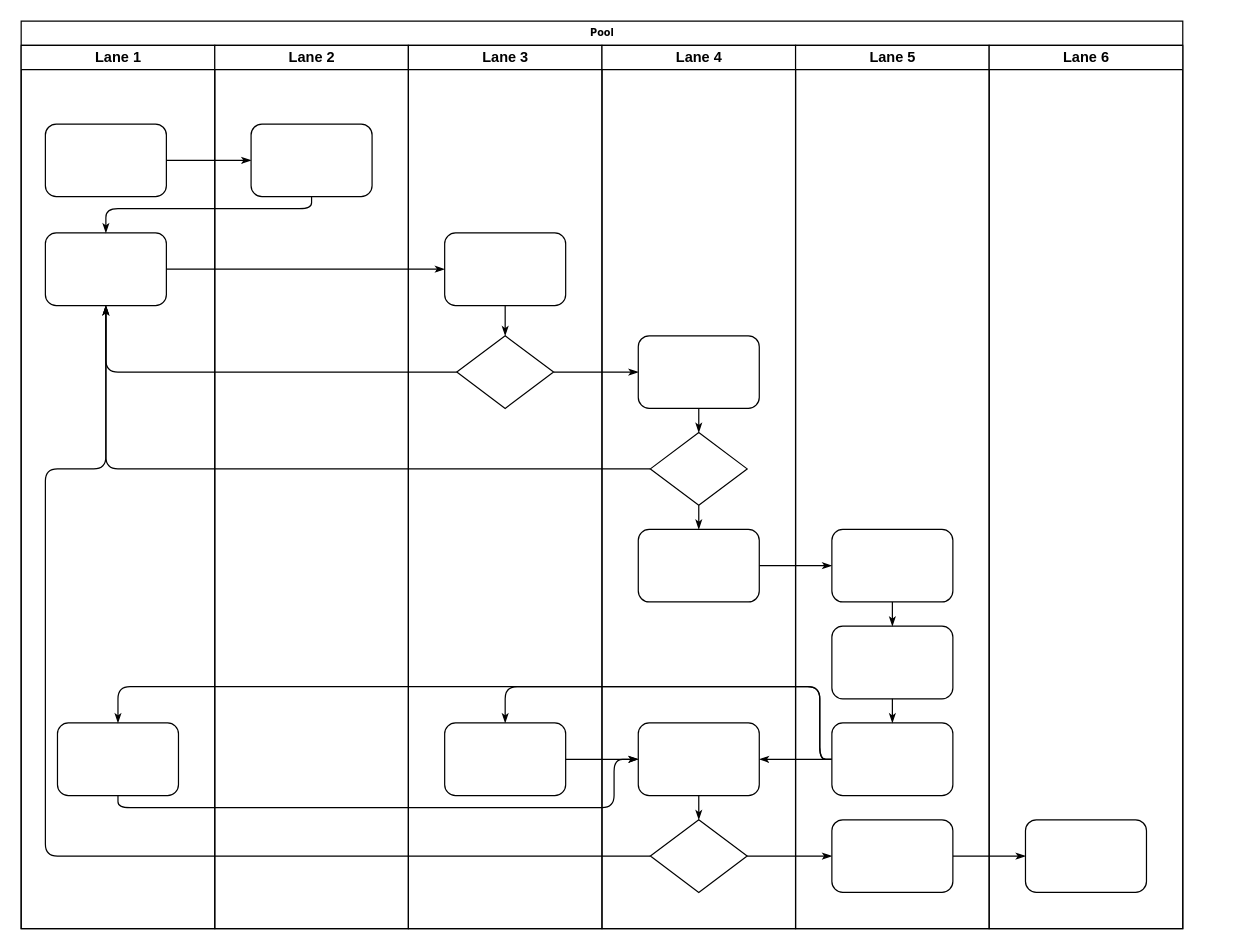
Above: VOC_Flowdiagram.drawio in krishanathep/my-flowchart (draw.io), before the change. Source tidied: cells renumbered, new cells numbered last; positions are measured from the earlier drawing's top-left corner, leaving out a move shared by most shapes. Both pictures are drawn from the tidied source at 121%, with x=0, y=0 at pixel (21, 21).
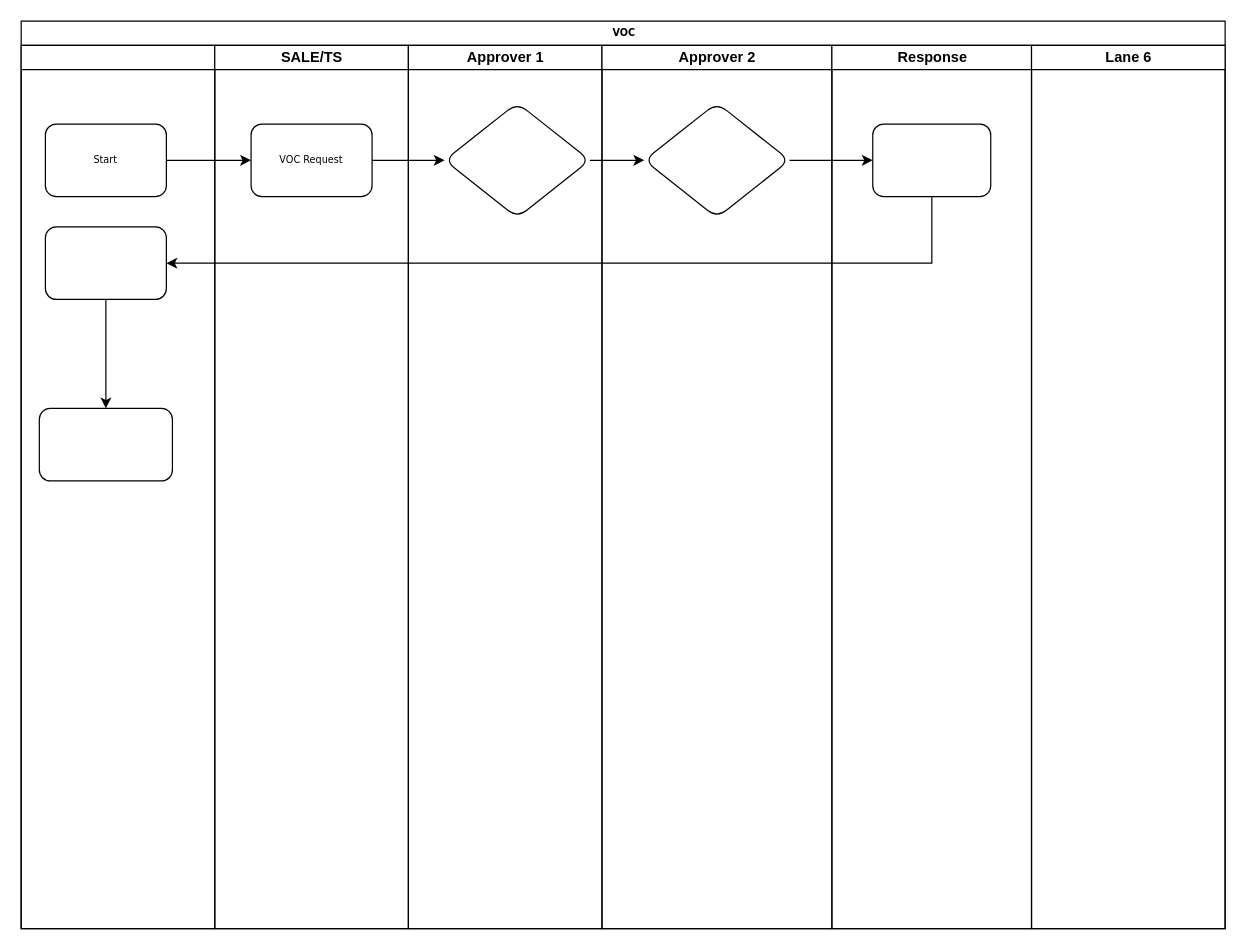
The same diagram, later.

Diff of the diagram source:
```diff
@@
-    <mxCell id="2" value="Pool" style="swimlane;html=1;startSize=20;rounded=0;shadow=0;labelBackgroundColor=none;strokeWidth=1;fontFamily=Verdana;fontSize=8;align=center;" parent="1" vertex="1">
-      <mxGeometry width="960" height="750" as="geometry" />
+    <mxCell id="2" value="VOC" style="swimlane;html=1;startSize=20;rounded=0;shadow=0;labelBackgroundColor=none;strokeWidth=1;fontFamily=Verdana;fontSize=8;align=center;" parent="1" vertex="1">
+      <mxGeometry width="995" height="750" as="geometry" />
     </mxCell>
-    <mxCell id="3" value="Lane 1" style="swimlane;html=1;startSize=20;" parent="2" vertex="1">
+    <mxCell id="3" style="swimlane;html=1;startSize=20;" parent="2" vertex="1">
       <mxGeometry y="20" width="160" height="730" as="geometry" />
     </mxCell>
-    <mxCell id="4" style="rounded=1;whiteSpace=wrap;html=1;shadow=0;labelBackgroundColor=none;strokeWidth=1;fontFamily=Verdana;fontSize=8;align=center;" parent="3" vertex="1">
+    <mxCell id="4" value="Start" style="rounded=1;whiteSpace=wrap;html=1;shadow=0;labelBackgroundColor=none;strokeWidth=1;fontFamily=Verdana;fontSize=8;align=center;" parent="3" vertex="1">
       <mxGeometry x="20" y="65" width="100" height="60" as="geometry" />
     </mxCell>
-    <mxCell id="5" style="rounded=1;whiteSpace=wrap;html=1;shadow=0;labelBackgroundColor=none;strokeWidth=1;fontFamily=Verdana;fontSize=8;align=center;" parent="3" vertex="1">
-      <mxGeometry x="20" y="155" width="100" height="60" as="geometry" />
-    </mxCell>
-    <mxCell id="6" style="rounded=1;whiteSpace=wrap;html=1;shadow=0;labelBackgroundColor=none;strokeWidth=1;fontFamily=Verdana;fontSize=8;align=center;" parent="3" vertex="1">
-      <mxGeometry x="30" y="560" width="100" height="60" as="geometry" />
-    </mxCell>
-    <mxCell id="7" style="edgeStyle=orthogonalEdgeStyle;rounded=1;html=1;labelBackgroundColor=none;startArrow=none;startFill=0;startSize=5;endArrow=classicThin;endFill=1;endSize=5;jettySize=auto;strokeWidth=1;fontFamily=Verdana;fontSize=8;" parent="2" edge="1" source="4" target="23">
-      <mxGeometry relative="1" as="geometry" />
-    </mxCell>
-    <mxCell id="8" style="edgeStyle=orthogonalEdgeStyle;rounded=1;html=1;labelBackgroundColor=none;startArrow=none;startFill=0;startSize=5;endArrow=classicThin;endFill=1;endSize=5;jettySize=auto;strokeWidth=1;fontFamily=Verdana;fontSize=8;" parent="2" edge="1" source="23" target="5">
-      <mxGeometry relative="1" as="geometry">
-        <Array as="points">
-          <mxPoint x="240" y="155" />
-          <mxPoint x="70" y="155" />
-        </Array>
-      </mxGeometry>
-    </mxCell>
-    <mxCell id="9" style="edgeStyle=orthogonalEdgeStyle;rounded=1;html=1;labelBackgroundColor=none;startArrow=none;startFill=0;startSize=5;endArrow=classicThin;endFill=1;endSize=5;jettySize=auto;strokeWidth=1;fontFamily=Verdana;fontSize=8;" parent="2" edge="1" source="5" target="25">
-      <mxGeometry relative="1" as="geometry" />
-    </mxCell>
-    <mxCell id="10" style="edgeStyle=orthogonalEdgeStyle;rounded=1;html=1;labelBackgroundColor=none;startArrow=none;startFill=0;startSize=5;endArrow=classicThin;endFill=1;endSize=5;jettySize=auto;strokeWidth=1;fontFamily=Verdana;fontSize=8;" parent="2" edge="1" source="26" target="5">
-      <mxGeometry relative="1" as="geometry" />
-    </mxCell>
-    <mxCell id="11" style="edgeStyle=orthogonalEdgeStyle;rounded=1;html=1;labelBackgroundColor=none;startArrow=none;startFill=0;startSize=5;endArrow=classicThin;endFill=1;endSize=5;jettySize=auto;strokeWidth=1;fontFamily=Verdana;fontSize=8;" parent="2" edge="1" source="31" target="5">
-      <mxGeometry relative="1" as="geometry" />
-    </mxCell>
-    <mxCell id="12" style="edgeStyle=orthogonalEdgeStyle;rounded=1;html=1;labelBackgroundColor=none;startArrow=none;startFill=0;startSize=5;endArrow=classicThin;endFill=1;endSize=5;jettySize=auto;strokeWidth=1;fontFamily=Verdana;fontSize=8;" parent="2" edge="1" source="34" target="5">
-      <mxGeometry relative="1" as="geometry">
-        <Array as="points">
-          <mxPoint x="20" y="690" />
-          <mxPoint x="20" y="370" />
-          <mxPoint x="70" y="370" />
-        </Array>
-      </mxGeometry>
-    </mxCell>
-    <mxCell id="13" style="edgeStyle=orthogonalEdgeStyle;rounded=1;html=1;labelBackgroundColor=none;startArrow=none;startFill=0;startSize=5;endArrow=classicThin;endFill=1;endSize=5;jettySize=auto;strokeWidth=1;fontFamily=Verdana;fontSize=8;" parent="2" edge="1" source="26" target="30">
-      <mxGeometry relative="1" as="geometry" />
-    </mxCell>
-    <mxCell id="14" style="edgeStyle=orthogonalEdgeStyle;rounded=1;html=1;labelBackgroundColor=none;startArrow=none;startFill=0;startSize=5;endArrow=classicThin;endFill=1;endSize=5;jettySize=auto;strokeWidth=1;fontFamily=Verdana;fontSize=8;" parent="2" edge="1" source="34" target="42">
-      <mxGeometry relative="1" as="geometry" />
-    </mxCell>
-    <mxCell id="15" style="edgeStyle=orthogonalEdgeStyle;rounded=1;html=1;labelBackgroundColor=none;startArrow=none;startFill=0;startSize=5;endArrow=classicThin;endFill=1;endSize=5;jettySize=auto;strokeWidth=1;fontFamily=Verdana;fontSize=8;" parent="2" edge="1" source="42" target="46">
-      <mxGeometry relative="1" as="geometry" />
-    </mxCell>
-    <mxCell id="16" style="edgeStyle=orthogonalEdgeStyle;rounded=1;html=1;labelBackgroundColor=none;startArrow=none;startFill=0;startSize=5;endArrow=classicThin;endFill=1;endSize=5;jettySize=auto;strokeWidth=1;fontFamily=Verdana;fontSize=8;" parent="2" edge="1" source="32" target="39">
-      <mxGeometry relative="1" as="geometry" />
-    </mxCell>
-    <mxCell id="17" style="edgeStyle=orthogonalEdgeStyle;rounded=1;html=1;labelBackgroundColor=none;startArrow=none;startFill=0;startSize=5;endArrow=classicThin;endFill=1;endSize=5;jettySize=auto;strokeWidth=1;fontFamily=Verdana;fontSize=8;" parent="2" edge="1" source="41" target="27">
-      <mxGeometry relative="1" as="geometry">
-        <Array as="points">
-          <mxPoint x="660" y="610" />
-          <mxPoint x="660" y="550" />
-          <mxPoint x="400" y="550" />
-        </Array>
-      </mxGeometry>
-    </mxCell>
-    <mxCell id="18" style="edgeStyle=orthogonalEdgeStyle;rounded=1;html=1;labelBackgroundColor=none;startArrow=none;startFill=0;startSize=5;endArrow=classicThin;endFill=1;endSize=5;jettySize=auto;strokeColor=#000000;strokeWidth=1;fontFamily=Verdana;fontSize=8;fontColor=#000000;" parent="2" edge="1" source="41" target="33">
-      <mxGeometry relative="1" as="geometry" />
-    </mxCell>
-    <mxCell id="19" style="edgeStyle=orthogonalEdgeStyle;rounded=1;html=1;labelBackgroundColor=none;startArrow=none;startFill=0;startSize=5;endArrow=classicThin;endFill=1;endSize=5;jettySize=auto;strokeWidth=1;fontFamily=Verdana;fontSize=8;" parent="2" edge="1" source="41" target="6">
-      <mxGeometry relative="1" as="geometry">
-        <Array as="points">
-          <mxPoint x="660" y="610" />
-          <mxPoint x="660" y="550" />
-          <mxPoint x="80" y="550" />
-        </Array>
-      </mxGeometry>
-    </mxCell>
-    <mxCell id="20" style="edgeStyle=orthogonalEdgeStyle;rounded=1;html=1;labelBackgroundColor=none;startArrow=none;startFill=0;startSize=5;endArrow=classicThin;endFill=1;endSize=5;jettySize=auto;strokeWidth=1;fontFamily=Verdana;fontSize=8;" parent="2" edge="1" source="6" target="33">
-      <mxGeometry relative="1" as="geometry">
-        <Array as="points">
-          <mxPoint x="80" y="650" />
-          <mxPoint x="490" y="650" />
-          <mxPoint x="490" y="610" />
-        </Array>
-      </mxGeometry>
-    </mxCell>
-    <mxCell id="21" style="edgeStyle=orthogonalEdgeStyle;rounded=1;html=1;labelBackgroundColor=none;startArrow=none;startFill=0;startSize=5;endArrow=classicThin;endFill=1;endSize=5;jettySize=auto;strokeWidth=1;fontFamily=Verdana;fontSize=8;" parent="2" edge="1" source="27" target="33">
-      <mxGeometry relative="1" as="geometry" />
-    </mxCell>
+    <mxCell id="47" style="edgeStyle=orthogonalEdgeStyle;rounded=0;jettySize=auto;html=1;" parent="3" edge="1" source="48" target="49">
+      <mxGeometry relative="1" as="geometry" />
+    </mxCell>
+    <mxCell id="48" style="whiteSpace=wrap;html=1;fontSize=8;fontFamily=Verdana;rounded=1;shadow=0;labelBackgroundColor=none;strokeWidth=1;" parent="3" vertex="1">
+      <mxGeometry x="20" y="150" width="100" height="60" as="geometry" />
+    </mxCell>
+    <mxCell id="49" style="whiteSpace=wrap;html=1;fontSize=8;fontFamily=Verdana;rounded=1;shadow=0;labelBackgroundColor=none;strokeWidth=1;" parent="3" vertex="1">
+      <mxGeometry x="15" y="300" width="110" height="60" as="geometry" />
+    </mxCell>
-    <mxCell id="22" value="Lane 2" style="swimlane;html=1;startSize=20;" parent="2" vertex="1">
+    <mxCell id="22" value="SALE/TS" style="swimlane;html=1;startSize=20;" parent="2" vertex="1">
       <mxGeometry x="160" y="20" width="160" height="730" as="geometry" />
     </mxCell>
-    <mxCell id="23" style="rounded=1;whiteSpace=wrap;html=1;shadow=0;labelBackgroundColor=none;strokeWidth=1;fontFamily=Verdana;fontSize=8;align=center;" parent="22" vertex="1">
+    <mxCell id="23" value="VOC Request" style="rounded=1;whiteSpace=wrap;html=1;shadow=0;labelBackgroundColor=none;strokeWidth=1;fontFamily=Verdana;fontSize=8;align=center;" parent="22" vertex="1">
       <mxGeometry x="30" y="65" width="100" height="60" as="geometry" />
     </mxCell>
-    <mxCell id="24" value="Lane 3" style="swimlane;html=1;startSize=20;" parent="2" vertex="1">
+    <mxCell id="24" value="Approver 1" style="swimlane;html=1;startSize=20;" parent="2" vertex="1">
       <mxGeometry x="320" y="20" width="160" height="730" as="geometry" />
     </mxCell>
-    <mxCell id="25" style="rounded=1;whiteSpace=wrap;html=1;shadow=0;labelBackgroundColor=none;strokeWidth=1;fontFamily=Verdana;fontSize=8;align=center;" parent="24" vertex="1">
-      <mxGeometry x="30" y="155" width="100" height="60" as="geometry" />
-    </mxCell>
-    <mxCell id="26" style="rhombus;whiteSpace=wrap;html=1;rounded=0;shadow=0;labelBackgroundColor=none;strokeWidth=1;fontFamily=Verdana;fontSize=8;align=center;" parent="24" vertex="1">
-      <mxGeometry x="40" y="240" width="80" height="60" as="geometry" />
-    </mxCell>
-    <mxCell id="27" style="rounded=1;whiteSpace=wrap;html=1;shadow=0;labelBackgroundColor=none;strokeWidth=1;fontFamily=Verdana;fontSize=8;align=center;" parent="24" vertex="1">
-      <mxGeometry x="30" y="560" width="100" height="60" as="geometry" />
-    </mxCell>
-    <mxCell id="28" style="edgeStyle=orthogonalEdgeStyle;rounded=1;html=1;labelBackgroundColor=none;startArrow=none;startFill=0;startSize=5;endArrow=classicThin;endFill=1;endSize=5;jettySize=auto;strokeWidth=1;fontFamily=Verdana;fontSize=8;" parent="24" edge="1" source="25" target="26">
-      <mxGeometry relative="1" as="geometry" />
-    </mxCell>
+    <mxCell id="50" style="rhombus;whiteSpace=wrap;html=1;fontSize=8;fontFamily=Verdana;rounded=1;shadow=0;labelBackgroundColor=none;strokeWidth=1;" parent="24" vertex="1">
+      <mxGeometry x="30" y="47.5" width="120" height="95" as="geometry" />
+    </mxCell>
-    <mxCell id="29" value="Lane 4" style="swimlane;html=1;startSize=20;" parent="2" vertex="1">
-      <mxGeometry x="480" y="20" width="160" height="730" as="geometry" />
+    <mxCell id="29" value="Approver 2" style="swimlane;html=1;startSize=20;" parent="2" vertex="1">
+      <mxGeometry x="480" y="20" width="190" height="730" as="geometry" />
     </mxCell>
-    <mxCell id="30" style="rounded=1;whiteSpace=wrap;html=1;shadow=0;labelBackgroundColor=none;strokeWidth=1;fontFamily=Verdana;fontSize=8;align=center;" parent="29" vertex="1">
-      <mxGeometry x="30" y="240" width="100" height="60" as="geometry" />
-    </mxCell>
-    <mxCell id="31" style="rhombus;whiteSpace=wrap;html=1;rounded=0;shadow=0;labelBackgroundColor=none;strokeWidth=1;fontFamily=Verdana;fontSize=8;align=center;" parent="29" vertex="1">
-      <mxGeometry x="40" y="320" width="80" height="60" as="geometry" />
-    </mxCell>
-    <mxCell id="32" style="rounded=1;whiteSpace=wrap;html=1;shadow=0;labelBackgroundColor=none;strokeWidth=1;fontFamily=Verdana;fontSize=8;align=center;" parent="29" vertex="1">
-      <mxGeometry x="30" y="400" width="100" height="60" as="geometry" />
-    </mxCell>
-    <mxCell id="33" style="rounded=1;whiteSpace=wrap;html=1;shadow=0;labelBackgroundColor=none;strokeWidth=1;fontFamily=Verdana;fontSize=8;align=center;" parent="29" vertex="1">
-      <mxGeometry x="30" y="560" width="100" height="60" as="geometry" />
-    </mxCell>
-    <mxCell id="34" style="rhombus;whiteSpace=wrap;html=1;rounded=0;shadow=0;labelBackgroundColor=none;strokeWidth=1;fontFamily=Verdana;fontSize=8;align=center;" parent="29" vertex="1">
-      <mxGeometry x="40" y="640" width="80" height="60" as="geometry" />
-    </mxCell>
-    <mxCell id="35" style="edgeStyle=orthogonalEdgeStyle;rounded=1;html=1;labelBackgroundColor=none;startArrow=none;startFill=0;startSize=5;endArrow=classicThin;endFill=1;endSize=5;jettySize=auto;strokeColor=#000000;strokeWidth=1;fontFamily=Verdana;fontSize=8;fontColor=#000000;" parent="29" edge="1" source="30" target="31">
-      <mxGeometry relative="1" as="geometry" />
-    </mxCell>
-    <mxCell id="36" style="edgeStyle=orthogonalEdgeStyle;rounded=1;html=1;labelBackgroundColor=none;startArrow=none;startFill=0;startSize=5;endArrow=classicThin;endFill=1;endSize=5;jettySize=auto;strokeWidth=1;fontFamily=Verdana;fontSize=8;" parent="29" edge="1" source="31" target="32">
-      <mxGeometry relative="1" as="geometry" />
-    </mxCell>
-    <mxCell id="37" style="edgeStyle=orthogonalEdgeStyle;rounded=1;html=1;labelBackgroundColor=none;startArrow=none;startFill=0;startSize=5;endArrow=classicThin;endFill=1;endSize=5;jettySize=auto;strokeWidth=1;fontFamily=Verdana;fontSize=8;" parent="29" edge="1" source="33" target="34">
-      <mxGeometry relative="1" as="geometry" />
-    </mxCell>
+    <mxCell id="51" style="rhombus;whiteSpace=wrap;html=1;fontSize=8;fontFamily=Verdana;rounded=1;shadow=0;labelBackgroundColor=none;strokeWidth=1;" parent="29" vertex="1">
+      <mxGeometry x="35" y="47.5" width="120" height="95" as="geometry" />
+    </mxCell>
-    <mxCell id="38" value="Lane 5" style="swimlane;html=1;startSize=20;" parent="2" vertex="1">
-      <mxGeometry x="640" y="20" width="160" height="730" as="geometry" />
+    <mxCell id="38" value="Response" style="swimlane;html=1;startSize=20;" parent="2" vertex="1">
+      <mxGeometry x="670" y="20" width="165" height="730" as="geometry" />
     </mxCell>
-    <mxCell id="39" style="rounded=1;whiteSpace=wrap;html=1;shadow=0;labelBackgroundColor=none;strokeWidth=1;fontFamily=Verdana;fontSize=8;align=center;" parent="38" vertex="1">
-      <mxGeometry x="30" y="400" width="100" height="60" as="geometry" />
-    </mxCell>
-    <mxCell id="40" style="rounded=1;whiteSpace=wrap;html=1;shadow=0;labelBackgroundColor=none;strokeWidth=1;fontFamily=Verdana;fontSize=8;align=center;" parent="38" vertex="1">
-      <mxGeometry x="30" y="480" width="100" height="60" as="geometry" />
-    </mxCell>
-    <mxCell id="41" style="rounded=1;whiteSpace=wrap;html=1;shadow=0;labelBackgroundColor=none;strokeWidth=1;fontFamily=Verdana;fontSize=8;align=center;" parent="38" vertex="1">
-      <mxGeometry x="30" y="560" width="100" height="60" as="geometry" />
-    </mxCell>
-    <mxCell id="42" style="rounded=1;whiteSpace=wrap;html=1;shadow=0;labelBackgroundColor=none;strokeWidth=1;fontFamily=Verdana;fontSize=8;align=center;" parent="38" vertex="1">
-      <mxGeometry x="30" y="640" width="100" height="60" as="geometry" />
-    </mxCell>
-    <mxCell id="43" style="edgeStyle=orthogonalEdgeStyle;rounded=1;html=1;labelBackgroundColor=none;startArrow=none;startFill=0;startSize=5;endArrow=classicThin;endFill=1;endSize=5;jettySize=auto;strokeWidth=1;fontFamily=Verdana;fontSize=8;" parent="38" edge="1" source="39" target="40">
-      <mxGeometry relative="1" as="geometry" />
-    </mxCell>
-    <mxCell id="44" style="edgeStyle=orthogonalEdgeStyle;rounded=1;html=1;labelBackgroundColor=none;startArrow=none;startFill=0;startSize=5;endArrow=classicThin;endFill=1;endSize=5;jettySize=auto;strokeWidth=1;fontFamily=Verdana;fontSize=8;" parent="38" edge="1" source="40" target="41">
-      <mxGeometry relative="1" as="geometry" />
-    </mxCell>
+    <mxCell id="52" style="whiteSpace=wrap;html=1;fontSize=8;fontFamily=Verdana;rounded=1;shadow=0;labelBackgroundColor=none;strokeWidth=1;" parent="38" vertex="1">
+      <mxGeometry x="33.8" y="65" width="97.5" height="60" as="geometry" />
+    </mxCell>
     <mxCell id="45" value="Lane 6" style="swimlane;html=1;startSize=20;" parent="2" vertex="1">
-      <mxGeometry x="800" y="20" width="160" height="730" as="geometry" />
+      <mxGeometry x="835" y="20" width="160" height="730" as="geometry" />
     </mxCell>
-    <mxCell id="46" style="rounded=1;whiteSpace=wrap;html=1;shadow=0;labelBackgroundColor=none;strokeWidth=1;fontFamily=Verdana;fontSize=8;align=center;" parent="45" vertex="1">
-      <mxGeometry x="30" y="640" width="100" height="60" as="geometry" />
-    </mxCell>
+    <mxCell id="53" style="edgeStyle=orthogonalEdgeStyle;rounded=0;jettySize=auto;html=1;" parent="2" edge="1" source="23" target="50">
+      <mxGeometry relative="1" as="geometry" />
+    </mxCell>
+    <mxCell id="54" style="edgeStyle=orthogonalEdgeStyle;rounded=0;jettySize=auto;html=1;" parent="2" edge="1" source="50" target="51">
+      <mxGeometry relative="1" as="geometry" />
+    </mxCell>
+    <mxCell id="7" style="edgeStyle=orthogonalEdgeStyle;rounded=0;jettySize=auto;html=1;entryX=0;entryY=0.5;entryDx=0;entryDy=0;" parent="2" edge="1" source="4" target="23">
+      <mxGeometry relative="1" as="geometry" />
+    </mxCell>
+    <mxCell id="55" style="edgeStyle=orthogonalEdgeStyle;rounded=0;jettySize=auto;html=1;" parent="2" edge="1" source="51" target="52">
+      <mxGeometry relative="1" as="geometry" />
+    </mxCell>
+    <mxCell id="56" style="edgeStyle=orthogonalEdgeStyle;rounded=0;jettySize=auto;html=1;" parent="2" edge="1" source="52" target="48">
+      <mxGeometry relative="1" as="geometry">
+        <Array as="points">
+          <mxPoint x="753" y="200" />
+        </Array>
+      </mxGeometry>
+    </mxCell>
```
